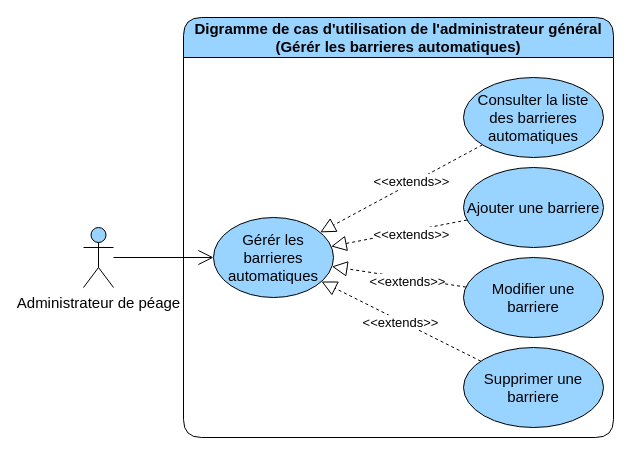
Before: page "gerer les barrieres automatiques" (3 of 3) of diagrams/use-case/administrateur-de-peage.drawio in devlotfi/peage-pay, a draw.io diagram. Source tidied: cells renumbered, new cells numbered last; positions are measured from the earlier drawing's top-left corner, leaving out a move shared by most shapes. Both pictures are drawn from the tidied source at 100%, with x=0, y=0 at pixel (83, 17).
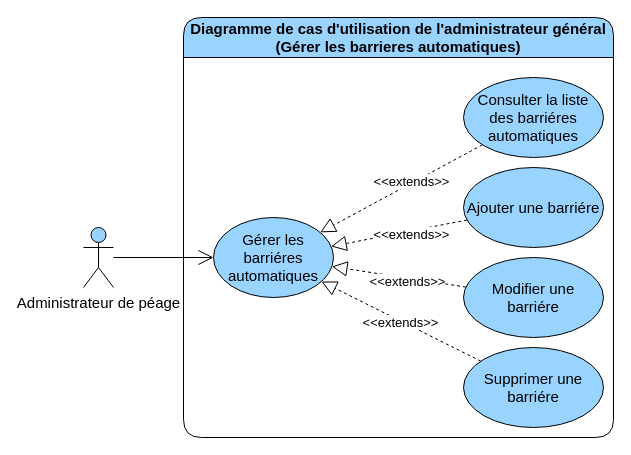
After the change.

Change to the diagram source:
```diff
@@
 <mxGraphModel>
   <root>
     <mxCell id="0" />
     <mxCell id="1" parent="0" />
-    <mxCell id="2" value="Digramme de cas d'utilisation de l'administrateur général (Gérér les barrieres automatiques)" style="swimlane;whiteSpace=wrap;html=1;rounded=1;fillColor=#99D3FF;fontSize=15;startSize=40;" parent="1" vertex="1">
+    <mxCell id="2" value="Diagramme de cas d'utilisation de l'administrateur général (Gérer les barrieres automatiques)" style="swimlane;whiteSpace=wrap;html=1;rounded=1;fillColor=#99D3FF;fontSize=15;startSize=40;" parent="1" vertex="1">
       <mxGeometry x="100" width="430" height="420" as="geometry" />
     </mxCell>
     <mxCell id="3" style="edgeStyle=none;rounded=0;jettySize=auto;html=1;dashed=1;strokeColor=default;align=center;verticalAlign=middle;fontFamily=Helvetica;fontSize=15;fontColor=default;labelBackgroundColor=default;startSize=6;endArrow=block;endFill=0;endSize=13;" parent="2" edge="1" source="13" target="15">
       <mxGeometry relative="1" as="geometry" />
     </mxCell>
     <mxCell id="4" value="&amp;lt;&amp;lt;extends&amp;gt;&amp;gt;" style="edgeLabel;html=1;align=center;verticalAlign=middle;strokeColor=default;fontFamily=Helvetica;fontSize=13;fontColor=default;labelBackgroundColor=default;fillColor=#99D3FF;" parent="3" vertex="1">
       <mxGeometry x="-0.16" y="3" relative="1" as="geometry" />
     </mxCell>
     <mxCell id="5" style="edgeStyle=none;rounded=0;jettySize=auto;html=1;dashed=1;strokeColor=default;align=center;verticalAlign=middle;fontFamily=Helvetica;fontSize=15;fontColor=default;labelBackgroundColor=default;startSize=6;endArrow=block;endFill=0;endSize=13;" parent="2" edge="1" source="12" target="15">
       <mxGeometry relative="1" as="geometry" />
     </mxCell>
     <mxCell id="6" value="&amp;lt;&amp;lt;extends&amp;gt;&amp;gt;" style="edgeLabel;html=1;align=center;verticalAlign=middle;strokeColor=default;fontFamily=Helvetica;fontSize=13;fontColor=default;labelBackgroundColor=default;fillColor=#99D3FF;" parent="5" vertex="1">
       <mxGeometry x="-0.13" y="3" relative="1" as="geometry" />
     </mxCell>
     <mxCell id="7" style="edgeStyle=none;rounded=0;jettySize=auto;html=1;dashed=1;strokeColor=default;align=center;verticalAlign=middle;fontFamily=Helvetica;fontSize=15;fontColor=default;labelBackgroundColor=default;startSize=6;endArrow=block;endFill=0;endSize=13;" parent="2" edge="1" source="11" target="15">
       <mxGeometry relative="1" as="geometry" />
     </mxCell>
     <mxCell id="8" value="&amp;lt;&amp;lt;extends&amp;gt;&amp;gt;" style="edgeLabel;html=1;align=center;verticalAlign=middle;strokeColor=default;fontFamily=Helvetica;fontSize=13;fontColor=default;labelBackgroundColor=default;fillColor=#99D3FF;" parent="7" vertex="1">
       <mxGeometry x="0.01" y="1" relative="1" as="geometry" />
     </mxCell>
     <mxCell id="9" style="edgeStyle=none;rounded=0;jettySize=auto;html=1;dashed=1;strokeColor=default;align=center;verticalAlign=middle;fontFamily=Helvetica;fontSize=15;fontColor=default;labelBackgroundColor=default;startSize=6;endArrow=block;endFill=0;endSize=13;" parent="2" edge="1" source="14" target="15">
       <mxGeometry relative="1" as="geometry" />
     </mxCell>
     <mxCell id="10" value="&amp;lt;&amp;lt;extends&amp;gt;&amp;gt;" style="edgeLabel;html=1;align=center;verticalAlign=middle;strokeColor=default;fontFamily=Helvetica;fontSize=13;fontColor=default;labelBackgroundColor=default;fillColor=#99D3FF;" parent="9" vertex="1">
       <mxGeometry x="-0.12" y="-3" relative="1" as="geometry">
         <mxPoint x="1" as="offset" />
       </mxGeometry>
     </mxCell>
-    <mxCell id="11" value="Supprimer une barriere" style="ellipse;whiteSpace=wrap;html=1;strokeColor=default;align=center;verticalAlign=middle;fontFamily=Helvetica;fontSize=15;fontColor=default;fillColor=#99D3FF;" parent="2" vertex="1">
+    <mxCell id="11" value="Supprimer une barriére" style="ellipse;whiteSpace=wrap;html=1;strokeColor=default;align=center;verticalAlign=middle;fontFamily=Helvetica;fontSize=15;fontColor=default;fillColor=#99D3FF;" parent="2" vertex="1">
       <mxGeometry x="280" y="330" width="140" height="80" as="geometry" />
     </mxCell>
-    <mxCell id="12" value="Modifier une barriere" style="ellipse;whiteSpace=wrap;html=1;strokeColor=default;align=center;verticalAlign=middle;fontFamily=Helvetica;fontSize=15;fontColor=default;fillColor=#99D3FF;" parent="2" vertex="1">
+    <mxCell id="12" value="Modifier une barriére" style="ellipse;whiteSpace=wrap;html=1;strokeColor=default;align=center;verticalAlign=middle;fontFamily=Helvetica;fontSize=15;fontColor=default;fillColor=#99D3FF;" parent="2" vertex="1">
       <mxGeometry x="280" y="240" width="140" height="80" as="geometry" />
     </mxCell>
-    <mxCell id="13" value="Ajouter une barriere" style="ellipse;whiteSpace=wrap;html=1;strokeColor=default;align=center;verticalAlign=middle;fontFamily=Helvetica;fontSize=15;fontColor=default;fillColor=#99D3FF;" parent="2" vertex="1">
+    <mxCell id="13" value="Ajouter une barriére" style="ellipse;whiteSpace=wrap;html=1;strokeColor=default;align=center;verticalAlign=middle;fontFamily=Helvetica;fontSize=15;fontColor=default;fillColor=#99D3FF;" parent="2" vertex="1">
       <mxGeometry x="280" y="150" width="140" height="80" as="geometry" />
     </mxCell>
-    <mxCell id="14" value="Consulter la liste des barrieres automatiques" style="ellipse;whiteSpace=wrap;html=1;strokeColor=default;align=center;verticalAlign=middle;fontFamily=Helvetica;fontSize=15;fontColor=default;fillColor=#99D3FF;" parent="2" vertex="1">
+    <mxCell id="14" value="Consulter la liste des barriéres automatiques" style="ellipse;whiteSpace=wrap;html=1;strokeColor=default;align=center;verticalAlign=middle;fontFamily=Helvetica;fontSize=15;fontColor=default;fillColor=#99D3FF;" parent="2" vertex="1">
       <mxGeometry x="280" y="60" width="140" height="80" as="geometry" />
     </mxCell>
-    <mxCell id="15" value="Gérér les barrieres automatiques" style="ellipse;whiteSpace=wrap;html=1;strokeColor=default;align=center;verticalAlign=middle;fontFamily=Helvetica;fontSize=15;fontColor=default;fillColor=#99D3FF;" parent="2" vertex="1">
+    <mxCell id="15" value="Gérer les barriéres automatiques" style="ellipse;whiteSpace=wrap;html=1;strokeColor=default;align=center;verticalAlign=middle;fontFamily=Helvetica;fontSize=15;fontColor=default;fillColor=#99D3FF;" parent="2" vertex="1">
       <mxGeometry x="30" y="200" width="120" height="80" as="geometry" />
     </mxCell>
     <mxCell id="16" value="Administrateur&amp;nbsp;de péage" style="shape=umlActor;verticalLabelPosition=bottom;verticalAlign=top;html=1;outlineConnect=0;strokeColor=default;align=center;fontFamily=Helvetica;fontSize=15;fontColor=default;fillColor=#99D3FF;" parent="1" vertex="1">
       <mxGeometry y="210" width="30" height="60" as="geometry" />
     </mxCell>
     <mxCell id="17" style="rounded=0;jettySize=auto;html=1;fontFamily=Helvetica;fontSize=15;fontColor=default;endArrow=open;endFill=0;startSize=6;endSize=13;" parent="1" edge="1" source="16" target="15">
       <mxGeometry relative="1" as="geometry" />
     </mxCell>
   </root>
 </mxGraphModel>
```
